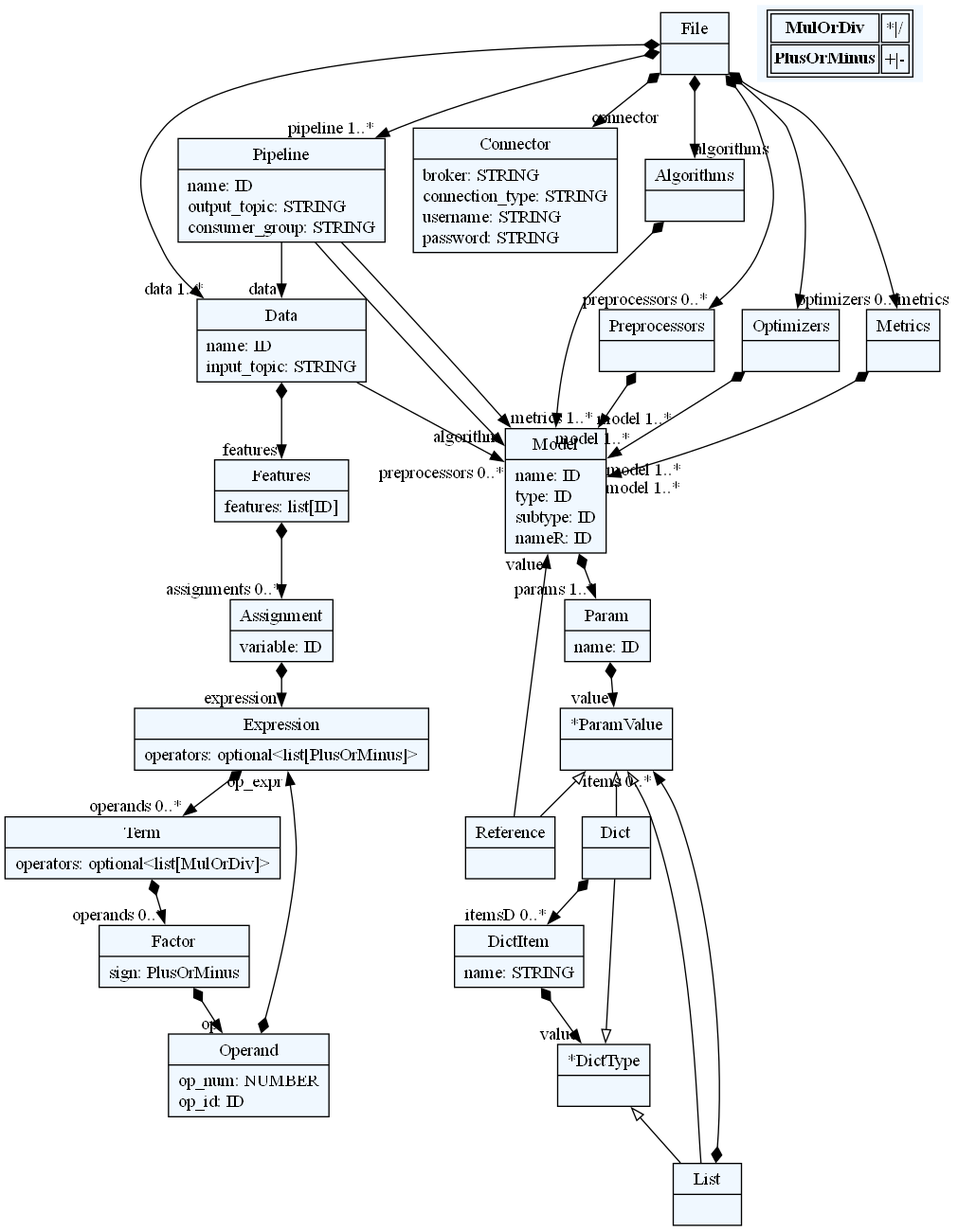
Before: beaver/beaver.dot.png, a diagram exported from Graphviz (deepblue597/beaver). Its source is kept beside it as beaver/beaver.dot.
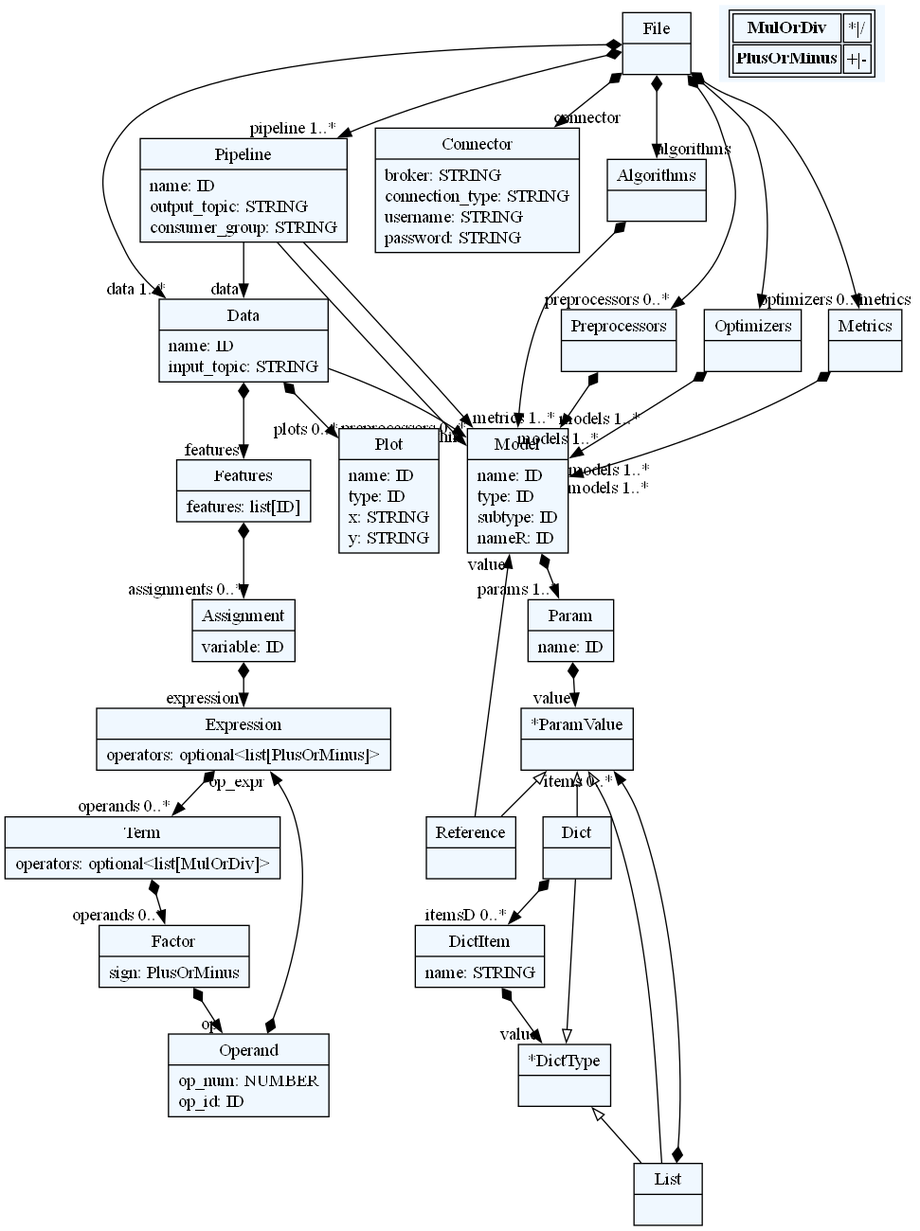
Later version of the same file.

Change to the diagram source:
```diff
@@ -10,85 +10,88 @@
     edge[dir=black,arrowtail=empty]
 
 
-2905109581408[ label="{File|}"]
+1826590761392[ label="{File|}"]
 
-2905109586880[ label="{Pipeline|name: ID\loutput_topic: STRING\lconsumer_group: STRING\l}"]
+1826590760384[ label="{Pipeline|name: ID\loutput_topic: STRING\lconsumer_group: STRING\l}"]
 
-2905109582272[ label="{Data|name: ID\linput_topic: STRING\l}"]
+1826590767632[ label="{Data|name: ID\linput_topic: STRING\l}"]
 
-2905109578192[ label="{Connector|broker: STRING\lconnection_type: STRING\lusername: STRING\lpassword: STRING\l}"]
+1826590757360[ label="{Connector|broker: STRING\lconnection_type: STRING\lusername: STRING\lpassword: STRING\l}"]
 
-2905109584096[ label="{Algorithms|}"]
+1826590766720[ label="{Algorithms|}"]
 
-2905109586496[ label="{Preprocessors|}"]
+1826590757552[ label="{Preprocessors|}"]
 
-2905109585872[ label="{Optimizers|}"]
+1826590846096[ label="{Optimizers|}"]
 
-2905109587360[ label="{Metrics|}"]
+1826590839424[ label="{Metrics|}"]
 
-2905109578144[ label="{Model|name: ID\ltype: ID\lsubtype: ID\lnameR: ID\l}"]
+1826590839952[ label="{Model|name: ID\ltype: ID\lsubtype: ID\lnameR: ID\l}"]
 
-2905109589328[ label="{Param|name: ID\l}"]
+1826590849984[ label="{Param|name: ID\l}"]
 
-2905109583664[ label="{List|}"]
+1826590847872[ label="{List|}"]
 
-2905109582800[ label="{*ParamValue|}"]
+1826590847440[ label="{*ParamValue|}"]
 
-2905109593792[ label="{Dict|}"]
+1826590846768[ label="{Dict|}"]
 
-2905109590864[ label="{DictItem|name: STRING\l}"]
+1826590847776[ label="{DictItem|name: STRING\l}"]
 
-2905109585728[ label="{*DictType|}"]
+1826590847680[ label="{*DictType|}"]
 
-2905109586544[ label="{Reference|}"]
+1826590847824[ label="{Reference|}"]
 
-2905109578432[ label="{Features|features: list[ID]\l}"]
+1826590835728[ label="{Features|features: list[ID]\l}"]
 
-2905109585536[ label="{Assignment|variable: ID\l}"]
+1826590836400[ label="{Assignment|variable: ID\l}"]
 
-2905109587744[ label="{Expression|operators: optional\<list[PlusOrMinus]\>\l}"]
+1826590834768[ label="{Expression|operators: optional\<list[PlusOrMinus]\>\l}"]
 
-2905109584528[ label="{Term|operators: optional\<list[MulOrDiv]\>\l}"]
+1826590848112[ label="{Term|operators: optional\<list[MulOrDiv]\>\l}"]
 
-2905109589520[ label="{Factor|sign: PlusOrMinus\l}"]
+1826590848784[ label="{Factor|sign: PlusOrMinus\l}"]
 
-2905109588704[ label="{Operand|op_num: NUMBER\lop_id: ID\l}"]
+1826590849216[ label="{Operand|op_num: NUMBER\lop_id: ID\l}"]
+
+1826590849312[ label="{Plot|name: ID\ltype: ID\lx: STRING\ly: STRING\l}"]
 
 
 
-2905109581408 -> 2905109586880[arrowtail=diamond, dir=both, headlabel="pipeline 1..*"]
-2905109581408 -> 2905109578192[arrowtail=diamond, dir=both, headlabel="connector "]
-2905109581408 -> 2905109582272[arrowtail=diamond, dir=both, headlabel="data 1..*"]
-2905109581408 -> 2905109586496[arrowtail=diamond, dir=both, headlabel="preprocessors 0..*"]
-2905109581408 -> 2905109584096[arrowtail=diamond, dir=both, headlabel="algorithms "]
-2905109581408 -> 2905109585872[arrowtail=diamond, dir=both, headlabel="optimizers 0..*"]
-2905109581408 -> 2905109587360[arrowtail=diamond, dir=both, headlabel="metrics "]
-2905109586880 -> 2905109582272[headlabel="data "]
-2905109586880 -> 2905109578144[headlabel="algorithm "]
-2905109586880 -> 2905109578144[headlabel="metrics 1..*"]
-2905109582272 -> 2905109578432[arrowtail=diamond, dir=both, headlabel="features "]
-2905109582272 -> 2905109578144[headlabel="preprocessors 0..*"]
-2905109584096 -> 2905109578144[arrowtail=diamond, dir=both, headlabel="model 1..*"]
-2905109586496 -> 2905109578144[arrowtail=diamond, dir=both, headlabel="model 1..*"]
-2905109585872 -> 2905109578144[arrowtail=diamond, dir=both, headlabel="model 1..*"]
-2905109587360 -> 2905109578144[arrowtail=diamond, dir=both, headlabel="model 1..*"]
-2905109578144 -> 2905109589328[arrowtail=diamond, dir=both, headlabel="params 1..*"]
-2905109589328 -> 2905109582800[arrowtail=diamond, dir=both, headlabel="value "]
-2905109583664 -> 2905109582800[arrowtail=diamond, dir=both, headlabel="items 0..*"]
-2905109582800 -> 2905109586544 [dir=back]
-2905109582800 -> 2905109583664 [dir=back]
-2905109582800 -> 2905109593792 [dir=back]
-2905109593792 -> 2905109590864[arrowtail=diamond, dir=both, headlabel="itemsD 0..*"]
-2905109590864 -> 2905109585728[arrowtail=diamond, dir=both, headlabel="value "]
-2905109585728 -> 2905109593792 [dir=back]
-2905109585728 -> 2905109583664 [dir=back]
-2905109586544 -> 2905109578144[headlabel="value "]
-2905109578432 -> 2905109585536[arrowtail=diamond, dir=both, headlabel="assignments 0..*"]
-2905109585536 -> 2905109587744[arrowtail=diamond, dir=both, headlabel="expression "]
-2905109587744 -> 2905109584528[arrowtail=diamond, dir=both, headlabel="operands 0..*"]
-2905109584528 -> 2905109589520[arrowtail=diamond, dir=both, headlabel="operands 0..*"]
-2905109589520 -> 2905109588704[arrowtail=diamond, dir=both, headlabel="op "]
-2905109588704 -> 2905109587744[arrowtail=diamond, dir=both, headlabel="op_expr "]
+1826590761392 -> 1826590760384[arrowtail=diamond, dir=both, headlabel="pipeline 1..*"]
+1826590761392 -> 1826590757360[arrowtail=diamond, dir=both, headlabel="connector "]
+1826590761392 -> 1826590767632[arrowtail=diamond, dir=both, headlabel="data 1..*"]
+1826590761392 -> 1826590757552[arrowtail=diamond, dir=both, headlabel="preprocessors 0..*"]
+1826590761392 -> 1826590766720[arrowtail=diamond, dir=both, headlabel="algorithms "]
+1826590761392 -> 1826590846096[arrowtail=diamond, dir=both, headlabel="optimizers 0..*"]
+1826590761392 -> 1826590839424[arrowtail=diamond, dir=both, headlabel="metrics "]
+1826590760384 -> 1826590767632[headlabel="data "]
+1826590760384 -> 1826590839952[headlabel="algorithm "]
+1826590760384 -> 1826590839952[headlabel="metrics 1..*"]
+1826590767632 -> 1826590835728[arrowtail=diamond, dir=both, headlabel="features "]
+1826590767632 -> 1826590839952[headlabel="preprocessors 0..*"]
+1826590767632 -> 1826590849312[arrowtail=diamond, dir=both, headlabel="plots 0..*"]
+1826590766720 -> 1826590839952[arrowtail=diamond, dir=both, headlabel="models 1..*"]
+1826590757552 -> 1826590839952[arrowtail=diamond, dir=both, headlabel="models 1..*"]
+1826590846096 -> 1826590839952[arrowtail=diamond, dir=both, headlabel="models 1..*"]
+1826590839424 -> 1826590839952[arrowtail=diamond, dir=both, headlabel="models 1..*"]
+1826590839952 -> 1826590849984[arrowtail=diamond, dir=both, headlabel="params 1..*"]
+1826590849984 -> 1826590847440[arrowtail=diamond, dir=both, headlabel="value "]
+1826590847872 -> 1826590847440[arrowtail=diamond, dir=both, headlabel="items 0..*"]
+1826590847440 -> 1826590847824 [dir=back]
+1826590847440 -> 1826590847872 [dir=back]
+1826590847440 -> 1826590846768 [dir=back]
+1826590846768 -> 1826590847776[arrowtail=diamond, dir=both, headlabel="itemsD 0..*"]
+1826590847776 -> 1826590847680[arrowtail=diamond, dir=both, headlabel="value "]
+1826590847680 -> 1826590846768 [dir=back]
+1826590847680 -> 1826590847872 [dir=back]
+1826590847824 -> 1826590839952[headlabel="value "]
+1826590835728 -> 1826590836400[arrowtail=diamond, dir=both, headlabel="assignments 0..*"]
+1826590836400 -> 1826590834768[arrowtail=diamond, dir=both, headlabel="expression "]
+1826590834768 -> 1826590848112[arrowtail=diamond, dir=both, headlabel="operands 0..*"]
+1826590848112 -> 1826590848784[arrowtail=diamond, dir=both, headlabel="operands 0..*"]
+1826590848784 -> 1826590849216[arrowtail=diamond, dir=both, headlabel="op "]
+1826590849216 -> 1826590834768[arrowtail=diamond, dir=both, headlabel="op_expr "]
 match_rules [ shape=plaintext, label=< <table>
 	<tr>
 		<td><b>MulOrDiv</b></td><td>*|/</td>
```
